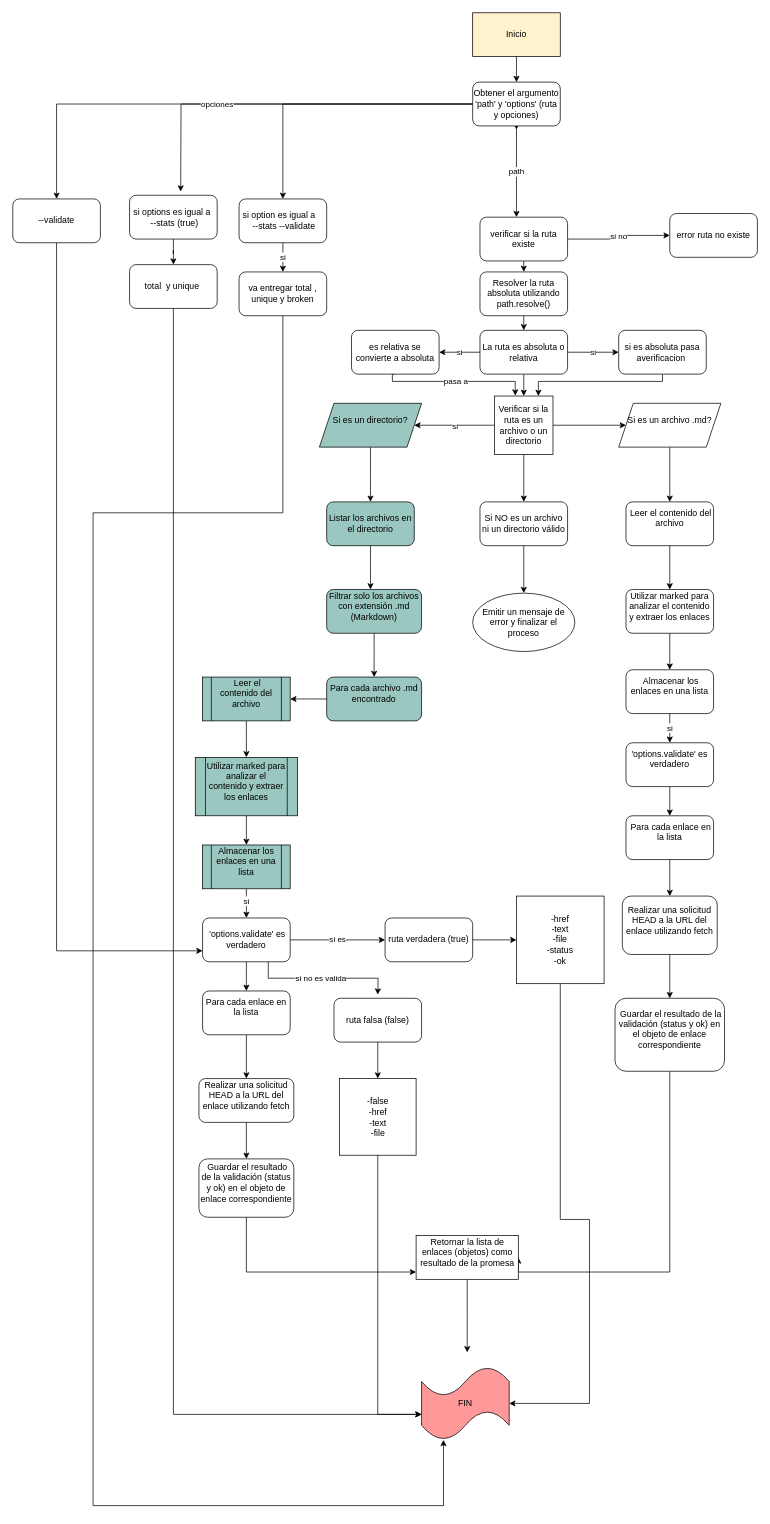
The draw.io diagram Diagrama sin título.drawio in mariadanielaorregopotosi/DEV008-md-links, before the edit. Source tidied: cells renumbered, new cells numbered last; positions are measured from the earlier drawing's top-left corner, leaving out a move shared by most shapes. Both pictures are drawn from the tidied source at 73%, with x=0, y=0 at pixel (12, 12).
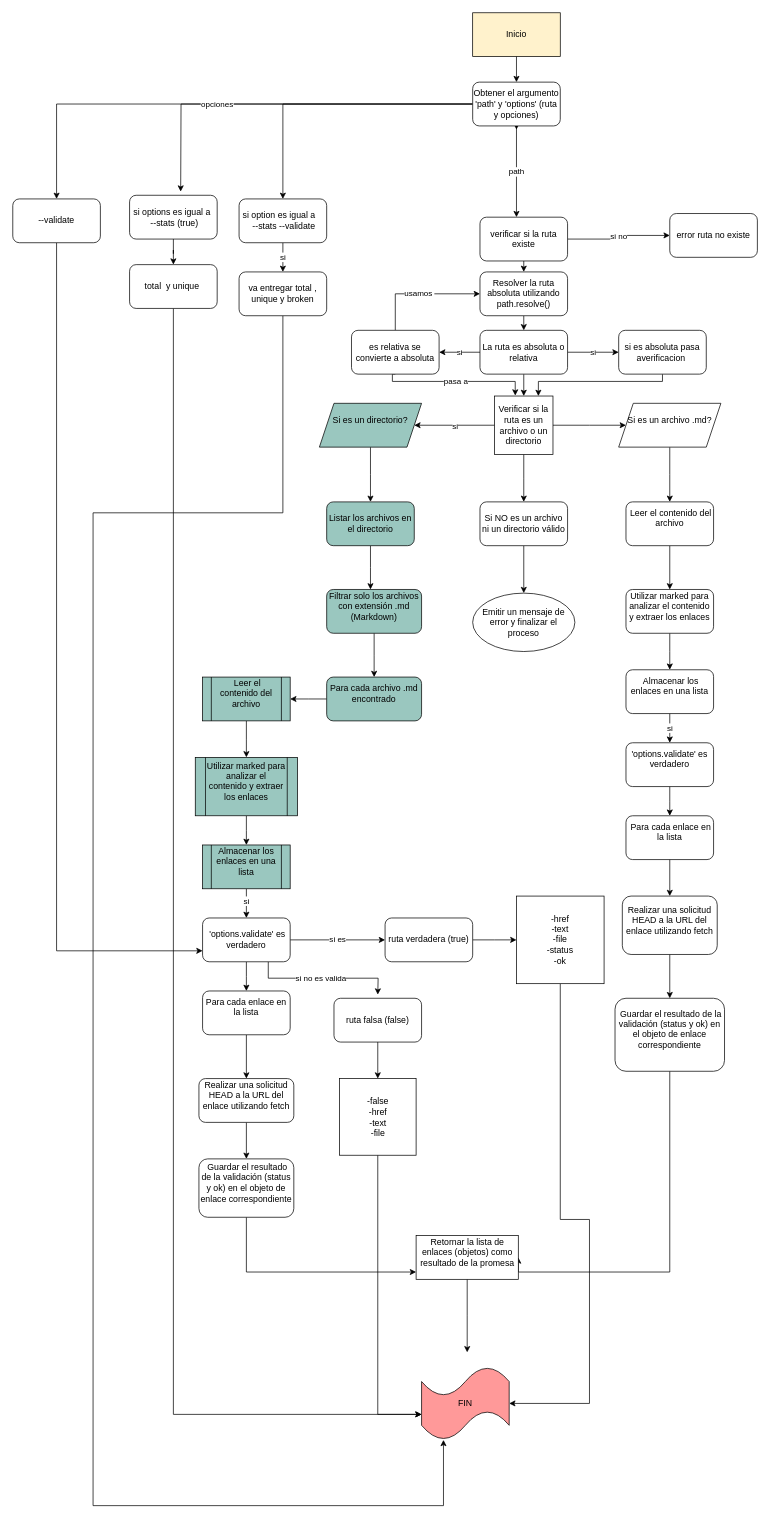
The same page after the edit.

Unchanged cells that the change refers to:
```xml
<mxCell id="6" value="Resolver la ruta absoluta utilizando path.resolve()" style="rounded=1;whiteSpace=wrap;html=1;" parent="1" vertex="1">
  <mxGeometry x="640" y="355" width="120" height="60" as="geometry" />
</mxCell>
<mxCell id="91" value="es relativa se convierte a absoluta" style="rounded=1;whiteSpace=wrap;html=1;" parent="1" vertex="1">
  <mxGeometry x="464" y="435" width="120" height="60" as="geometry" />
</mxCell>
```

The edit, as a diff of the source:
```diff
@@
+    <mxCell id="94" value="usamos&amp;nbsp;&lt;br&gt;" style="edgeStyle=orthogonalEdgeStyle;rounded=0;jettySize=auto;html=1;exitX=0.5;exitY=0;exitDx=0;exitDy=0;entryX=0;entryY=0.5;entryDx=0;entryDy=0;" parent="1" edge="1" source="91" target="6">
+      <mxGeometry relative="1" as="geometry" />
+    </mxCell>
```
